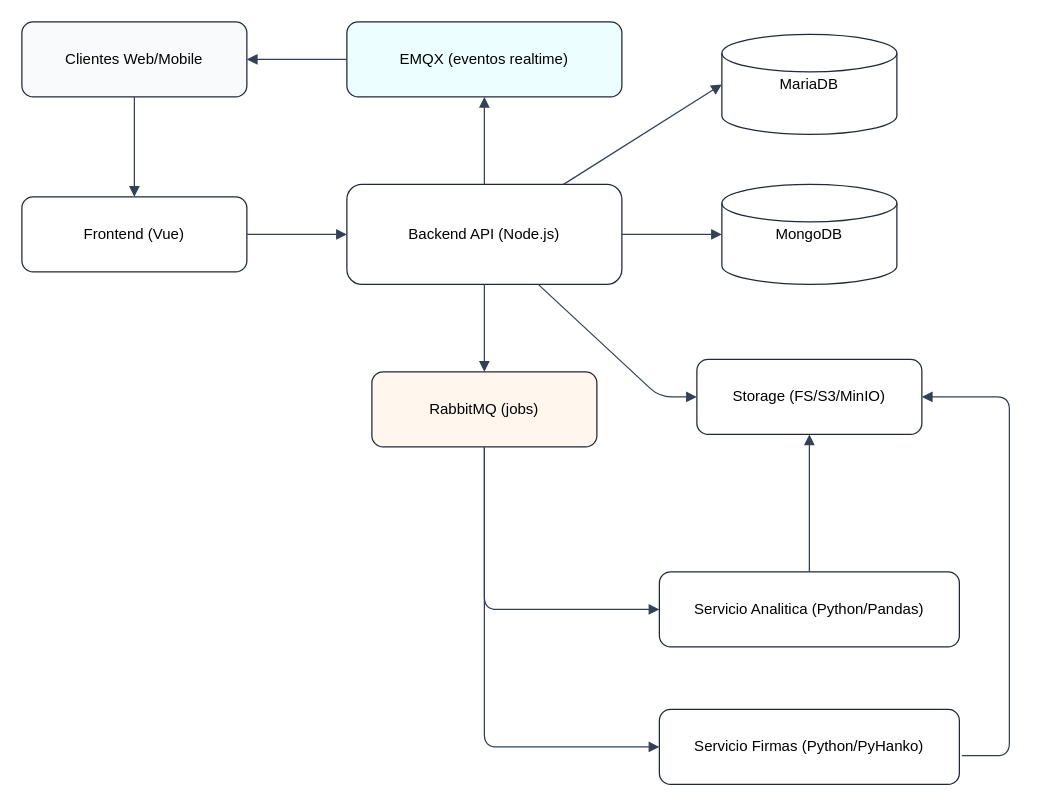
Before: docs/01-arquitectura/arquitectura.drawio in fresvel/deasy, a draw.io diagram. Source tidied: cells renumbered, new cells numbered last; positions are measured from the earlier drawing's top-left corner, leaving out a move shared by most shapes. Both pictures are drawn from the tidied source at 125%, with x=0, y=0 at pixel (21, 21).
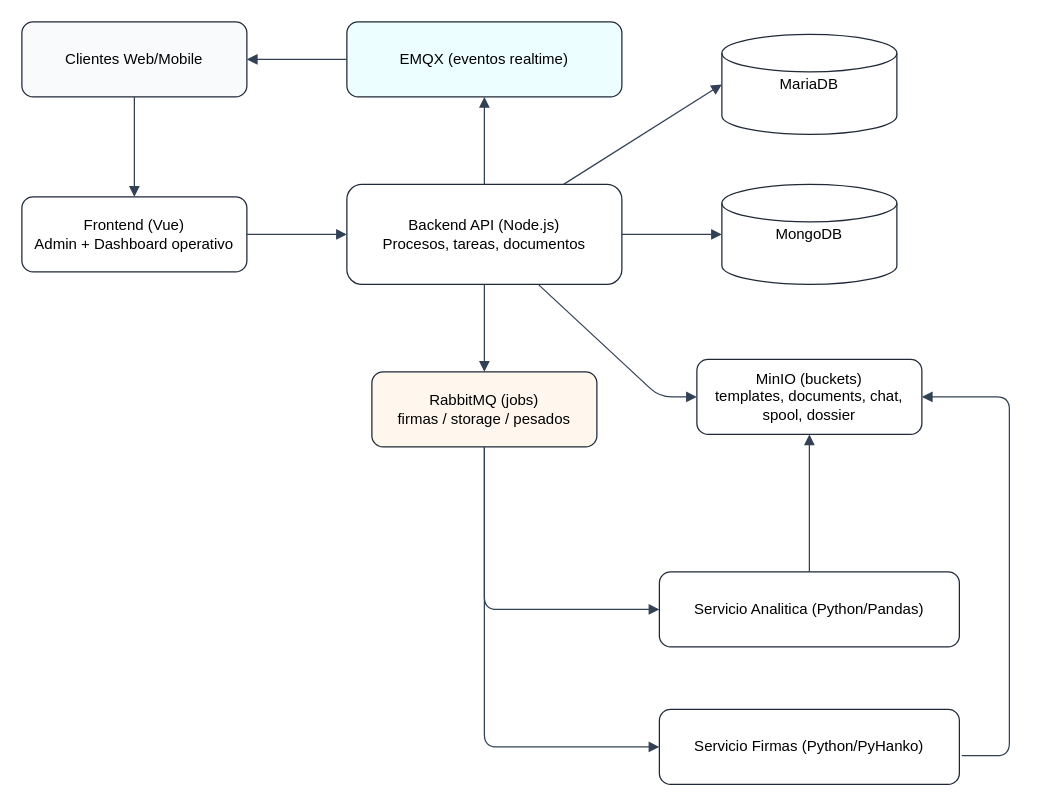
After the change.

Change to the diagram source:
```diff
@@
-    <mxCell id="3" value="Frontend (Vue)" style="rounded=1;whiteSpace=wrap;html=1;fillColor=#ffffff;strokeColor=#1f2937;fontFamily=Helvetica;" parent="1" vertex="1">
+    <mxCell id="3" value="Frontend (Vue)&lt;br&gt;Admin + Dashboard operativo" style="rounded=1;whiteSpace=wrap;html=1;fillColor=#ffffff;strokeColor=#1f2937;fontFamily=Helvetica;" parent="1" vertex="1">
       <mxGeometry y="140" width="180" height="60" as="geometry" />
     </mxCell>
-    <mxCell id="4" value="Backend API (Node.js)" style="rounded=1;whiteSpace=wrap;html=1;fillColor=#ffffff;strokeColor=#1f2937;fontFamily=Helvetica;" parent="1" vertex="1">
+    <mxCell id="4" value="Backend API (Node.js)&lt;br&gt;Procesos, tareas, documentos" style="rounded=1;whiteSpace=wrap;html=1;fillColor=#ffffff;strokeColor=#1f2937;fontFamily=Helvetica;" parent="1" vertex="1">
       <mxGeometry x="260" y="130" width="220" height="80" as="geometry" />
     </mxCell>
@@
-    <mxCell id="7" value="Storage (FS/S3/MinIO)" style="rounded=1;whiteSpace=wrap;html=1;fillColor=#ffffff;strokeColor=#1f2937;fontFamily=Helvetica;" parent="1" vertex="1">
+    <mxCell id="7" value="MinIO (buckets)&lt;br&gt;templates, documents, chat, spool, dossier" style="rounded=1;whiteSpace=wrap;html=1;fillColor=#ffffff;strokeColor=#1f2937;fontFamily=Helvetica;" parent="1" vertex="1">
       <mxGeometry x="540" y="270" width="180" height="60" as="geometry" />
     </mxCell>
-    <mxCell id="8" value="RabbitMQ (jobs)" style="rounded=1;whiteSpace=wrap;html=1;fillColor=#fff7ed;strokeColor=#1f2937;fontFamily=Helvetica;" parent="1" vertex="1">
+    <mxCell id="8" value="RabbitMQ (jobs)&lt;br&gt;firmas / storage / pesados" style="rounded=1;whiteSpace=wrap;html=1;fillColor=#fff7ed;strokeColor=#1f2937;fontFamily=Helvetica;" parent="1" vertex="1">
       <mxGeometry x="280" y="280" width="180" height="60" as="geometry" />
     </mxCell>
```
